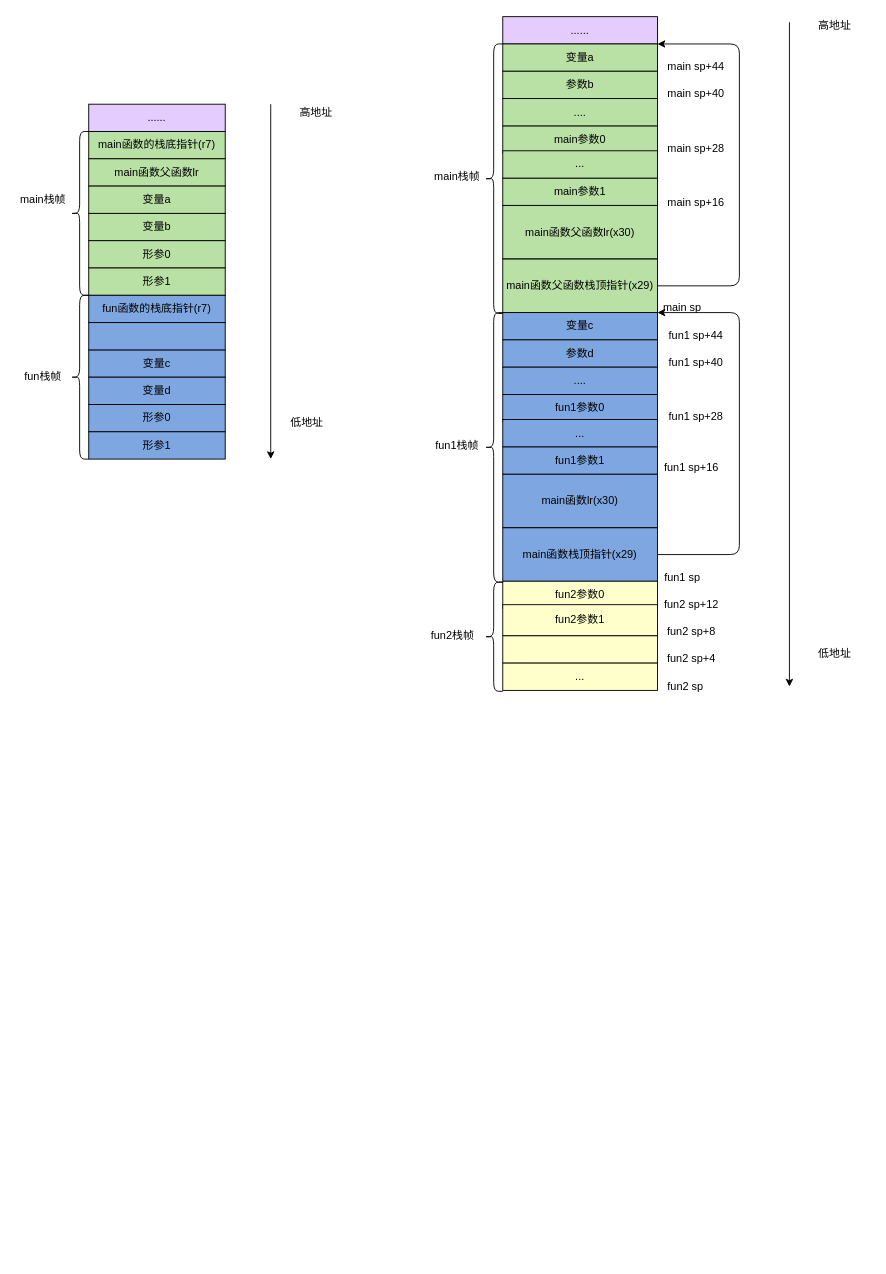
Above: function frame.drawio in jasonactions/graph (draw.io), before the change. Source tidied: cells renumbered, new cells numbered last; positions are measured from the earlier drawing's top-left corner, leaving out a move shared by most shapes. Both pictures are drawn from the tidied source at 91%, with x=0, y=0 at pixel (15, 16).
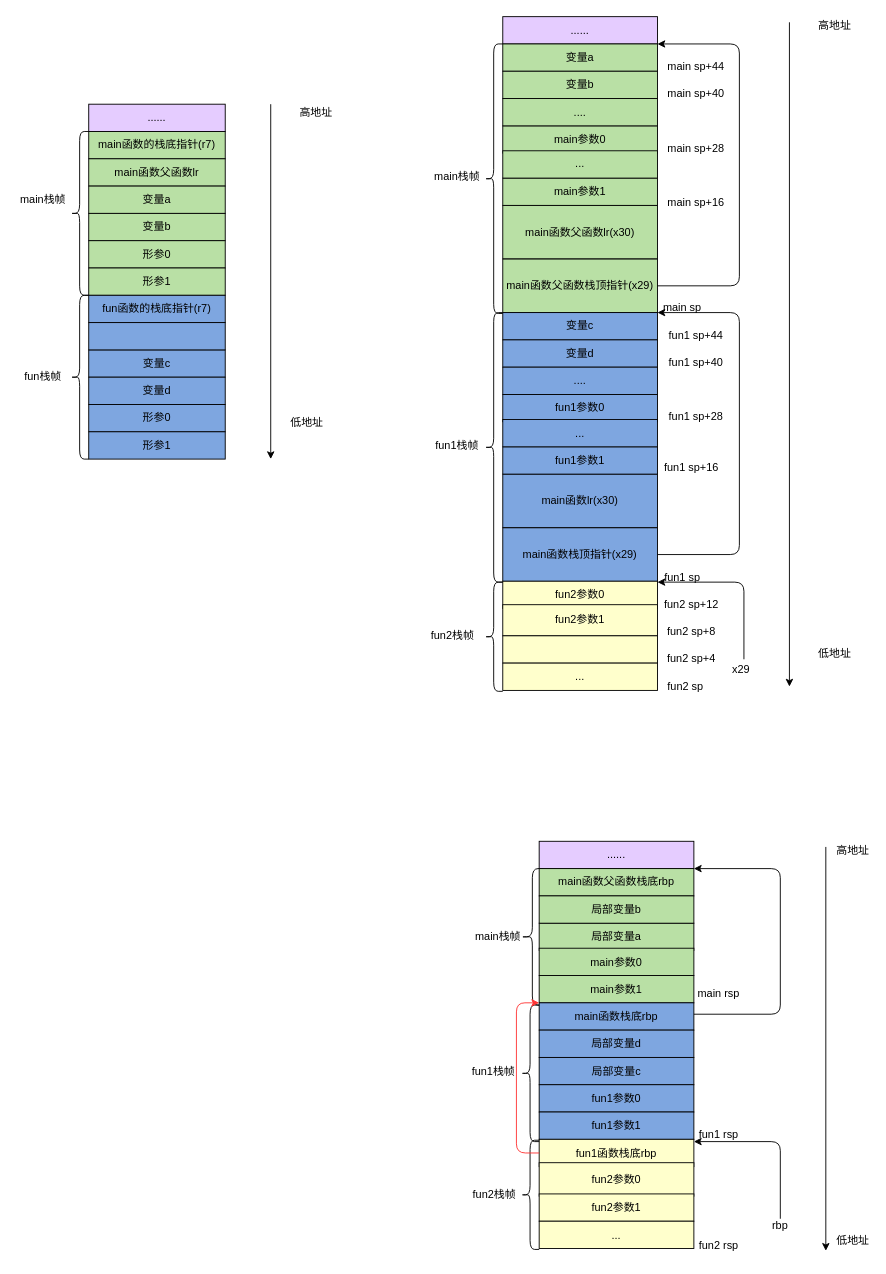
The same page after the edit.

The change refers to these unchanged cells:
```xml
<mxCell id="47" value="fun1 sp" style="text;html=1;strokeColor=none;fillColor=none;align=center;verticalAlign=middle;whiteSpace=wrap;rounded=0;" parent="1" vertex="1">
  <mxGeometry x="705" y="606.2" width="55" height="20" as="geometry" />
</mxCell>
```

Change to the diagram source:
```diff
@@
-    <mxCell id="38" value="参数b" style="rounded=0;whiteSpace=wrap;html=1;fillColor=#B9E0A5;" parent="1" vertex="1">
+    <mxCell id="38" value="变量b" style="rounded=0;whiteSpace=wrap;html=1;fillColor=#B9E0A5;" parent="1" vertex="1">
       <mxGeometry x="535" y="59.8" width="170" height="30" as="geometry" />
     </mxCell>
@@
-    <mxCell id="54" value="参数d" style="rounded=0;whiteSpace=wrap;html=1;fillColor=#7EA6E0;" parent="1" vertex="1">
+    <mxCell id="54" value="变量d" style="rounded=0;whiteSpace=wrap;html=1;fillColor=#7EA6E0;" parent="1" vertex="1">
       <mxGeometry x="535" y="355" width="170" height="30" as="geometry" />
     </mxCell>
@@
+    <mxCell id="68" style="edgeStyle=elbowEdgeStyle;elbow=horizontal;endArrow=classic;html=1;entryX=0;entryY=0.75;entryDx=0;entryDy=0;" parent="1" edge="1" target="47">
+      <mxGeometry relative="1" as="geometry">
+        <mxPoint x="800" y="706" as="sourcePoint" />
+        <Array as="points">
+          <mxPoint x="800" y="656" />
+        </Array>
+      </mxGeometry>
+    </mxCell>
+    <mxCell id="69" value="x29" style="text;html=1;strokeColor=none;fillColor=none;align=center;verticalAlign=middle;whiteSpace=wrap;rounded=0;" parent="1" vertex="1">
+      <mxGeometry x="767" y="708.2" width="60" height="20" as="geometry" />
+    </mxCell>
+    <mxCell id="70" value="......" style="rounded=0;whiteSpace=wrap;html=1;fillColor=#E5CCFF;" parent="1" vertex="1">
+      <mxGeometry x="575" y="906" width="170" height="30" as="geometry" />
+    </mxCell>
+    <mxCell id="71" value="局部变量a" style="rounded=0;whiteSpace=wrap;html=1;fillColor=#B9E0A5;" parent="1" vertex="1">
+      <mxGeometry x="575" y="996" width="170" height="30" as="geometry" />
+    </mxCell>
+    <mxCell id="72" style="endArrow=classic;html=1;" parent="1" edge="1">
+      <mxGeometry relative="1" as="geometry">
+        <mxPoint x="890" y="912.2" as="sourcePoint" />
+        <mxPoint x="890" y="1356" as="targetPoint" />
+      </mxGeometry>
+    </mxCell>
+    <mxCell id="73" value="高地址" style="text;html=1;strokeColor=none;fillColor=none;align=center;verticalAlign=middle;whiteSpace=wrap;rounded=0;" parent="1" vertex="1">
+      <mxGeometry x="900" y="906" width="40" height="20" as="geometry" />
+    </mxCell>
+    <mxCell id="74" value="main栈帧" style="text;html=1;strokeColor=none;fillColor=none;align=center;verticalAlign=middle;whiteSpace=wrap;rounded=0;" parent="1" vertex="1">
+      <mxGeometry x="500" y="1001" width="60" height="20" as="geometry" />
+    </mxCell>
+    <mxCell id="75" style="shape=curlyBracket;whiteSpace=wrap;html=1;rounded=1;fillColor=#7EA6E0;" parent="1" vertex="1">
+      <mxGeometry x="555" y="936" width="25" height="150" as="geometry" />
+    </mxCell>
+    <mxCell id="76" value="main参数1" style="rounded=0;whiteSpace=wrap;html=1;fillColor=#B9E0A5;" parent="1" vertex="1">
+      <mxGeometry x="575" y="1053.5" width="170" height="30" as="geometry" />
+    </mxCell>
+    <mxCell id="77" value="main rsp" style="text;html=1;strokeColor=none;fillColor=none;align=center;verticalAlign=middle;whiteSpace=wrap;rounded=0;" parent="1" vertex="1">
+      <mxGeometry x="740" y="1062.2" width="65" height="23.8" as="geometry" />
+    </mxCell>
+    <mxCell id="78" value="main参数0" style="rounded=0;whiteSpace=wrap;html=1;fillColor=#B9E0A5;" parent="1" vertex="1">
+      <mxGeometry x="575" y="1023.5" width="170" height="30" as="geometry" />
+    </mxCell>
+    <mxCell id="79" value="main函数父函数栈底rbp" style="rounded=0;whiteSpace=wrap;html=1;fillColor=#B9E0A5;" parent="1" vertex="1">
+      <mxGeometry x="575" y="936" width="170" height="30" as="geometry" />
+    </mxCell>
+    <mxCell id="80" value="局部变量b" style="rounded=0;whiteSpace=wrap;html=1;fillColor=#B9E0A5;" parent="1" vertex="1">
+      <mxGeometry x="575" y="966" width="170" height="30" as="geometry" />
+    </mxCell>
+    <mxCell id="81" value="局部变量c" style="rounded=0;whiteSpace=wrap;html=1;fillColor=#7EA6E0;" parent="1" vertex="1">
+      <mxGeometry x="575" y="1143.5" width="170" height="30" as="geometry" />
+    </mxCell>
+    <mxCell id="82" value="main函数栈底rbp" style="rounded=0;whiteSpace=wrap;html=1;fillColor=#7EA6E0;" parent="1" vertex="1">
+      <mxGeometry x="575" y="1083.5" width="170" height="30" as="geometry" />
+    </mxCell>
+    <mxCell id="83" value="局部变量d" style="rounded=0;whiteSpace=wrap;html=1;fillColor=#7EA6E0;" parent="1" vertex="1">
+      <mxGeometry x="575" y="1113.5" width="170" height="30" as="geometry" />
+    </mxCell>
+    <mxCell id="84" value="fun1参数0" style="rounded=0;whiteSpace=wrap;html=1;fillColor=#7EA6E0;" parent="1" vertex="1">
+      <mxGeometry x="575" y="1173.5" width="170" height="30" as="geometry" />
+    </mxCell>
+    <mxCell id="85" value="fun1参数1" style="rounded=0;whiteSpace=wrap;html=1;fillColor=#7EA6E0;" parent="1" vertex="1">
+      <mxGeometry x="575" y="1203.5" width="170" height="30" as="geometry" />
+    </mxCell>
+    <mxCell id="86" value="fun1函数栈底rbp" style="rounded=0;whiteSpace=wrap;html=1;fillColor=#FFFFCC;" parent="1" vertex="1">
+      <mxGeometry x="575" y="1233.5" width="170" height="30" as="geometry" />
+    </mxCell>
+    <mxCell id="87" value="fun2参数0" style="rounded=0;whiteSpace=wrap;html=1;fillColor=#FFFFCC;" parent="1" vertex="1">
+      <mxGeometry x="575" y="1259.2" width="170" height="36.8" as="geometry" />
+    </mxCell>
+    <mxCell id="88" value="&lt;span&gt;fun2参数1&lt;/span&gt;" style="rounded=0;whiteSpace=wrap;html=1;fillColor=#FFFFCC;" parent="1" vertex="1">
+      <mxGeometry x="575" y="1293.5" width="170" height="30" as="geometry" />
+    </mxCell>
+    <mxCell id="89" value="..." style="rounded=0;whiteSpace=wrap;html=1;fillColor=#FFFFCC;" parent="1" vertex="1">
+      <mxGeometry x="575" y="1323.5" width="170" height="30" as="geometry" />
+    </mxCell>
+    <mxCell id="90" style="shape=curlyBracket;whiteSpace=wrap;html=1;rounded=1;fillColor=#FFFFCC;" parent="1" vertex="1">
+      <mxGeometry x="555" y="1234.5" width="20" height="120" as="geometry" />
+    </mxCell>
+    <mxCell id="91" value="fun2栈帧" style="text;html=1;strokeColor=none;fillColor=none;align=center;verticalAlign=middle;whiteSpace=wrap;rounded=0;" parent="1" vertex="1">
+      <mxGeometry x="496" y="1283.5" width="60" height="20" as="geometry" />
+    </mxCell>
+    <mxCell id="92" style="edgeStyle=elbowEdgeStyle;elbow=horizontal;endArrow=classic;html=1;entryX=0;entryY=0.75;entryDx=0;entryDy=0;" parent="1" edge="1">
+      <mxGeometry relative="1" as="geometry">
+        <mxPoint x="840" y="1320.8" as="sourcePoint" />
+        <mxPoint x="745" y="1236" as="targetPoint" />
+        <Array as="points">
+          <mxPoint x="840" y="1270.8" />
+        </Array>
+      </mxGeometry>
+    </mxCell>
+    <mxCell id="93" value="rbp" style="text;html=1;strokeColor=none;fillColor=none;align=center;verticalAlign=middle;whiteSpace=wrap;rounded=0;" parent="1" vertex="1">
+      <mxGeometry x="810" y="1318.2" width="60" height="20" as="geometry" />
+    </mxCell>
+    <mxCell id="94" style="shape=curlyBracket;whiteSpace=wrap;html=1;rounded=1;fillColor=#FFFFCC;" parent="1" vertex="1">
+      <mxGeometry x="555" y="1086" width="20" height="150" as="geometry" />
+    </mxCell>
+    <mxCell id="95" value="fun1栈帧" style="text;html=1;strokeColor=none;fillColor=none;align=center;verticalAlign=middle;whiteSpace=wrap;rounded=0;" parent="1" vertex="1">
+      <mxGeometry x="495" y="1148.5" width="60" height="20" as="geometry" />
+    </mxCell>
+    <mxCell id="96" value="低地址" style="text;html=1;strokeColor=none;fillColor=none;align=center;verticalAlign=middle;whiteSpace=wrap;rounded=0;" parent="1" vertex="1">
+      <mxGeometry x="900" y="1334.5" width="40" height="20" as="geometry" />
+    </mxCell>
+    <mxCell id="97" style="edgeStyle=elbowEdgeStyle;elbow=horizontal;endArrow=classic;html=1;exitX=0;exitY=0.5;exitDx=0;exitDy=0;entryX=0;entryY=0;entryDx=0;entryDy=0;strokeColor=#FF3333;" parent="1" edge="1" source="86" target="82">
+      <mxGeometry relative="1" as="geometry">
+        <Array as="points">
+          <mxPoint x="550" y="1176" />
+        </Array>
+      </mxGeometry>
+    </mxCell>
+    <mxCell id="98" style="edgeStyle=elbowEdgeStyle;elbow=horizontal;endArrow=classic;html=1;exitX=1;exitY=0.417;exitDx=0;exitDy=0;entryX=1;entryY=0;entryDx=0;entryDy=0;exitPerimeter=0;" parent="1" edge="1" source="82" target="79">
+      <mxGeometry relative="1" as="geometry">
+        <Array as="points">
+          <mxPoint x="840" y="1049.8" />
+        </Array>
+      </mxGeometry>
+    </mxCell>
+    <mxCell id="99" value="fun1 rsp" style="text;html=1;strokeColor=none;fillColor=none;align=center;verticalAlign=middle;whiteSpace=wrap;rounded=0;" parent="1" vertex="1">
+      <mxGeometry x="745" y="1217.2" width="55" height="23.8" as="geometry" />
+    </mxCell>
+    <mxCell id="100" value="fun2 rsp" style="text;html=1;strokeColor=none;fillColor=none;align=center;verticalAlign=middle;whiteSpace=wrap;rounded=0;" parent="1" vertex="1">
+      <mxGeometry x="740" y="1338.2" width="65" height="23.8" as="geometry" />
+    </mxCell>
```
